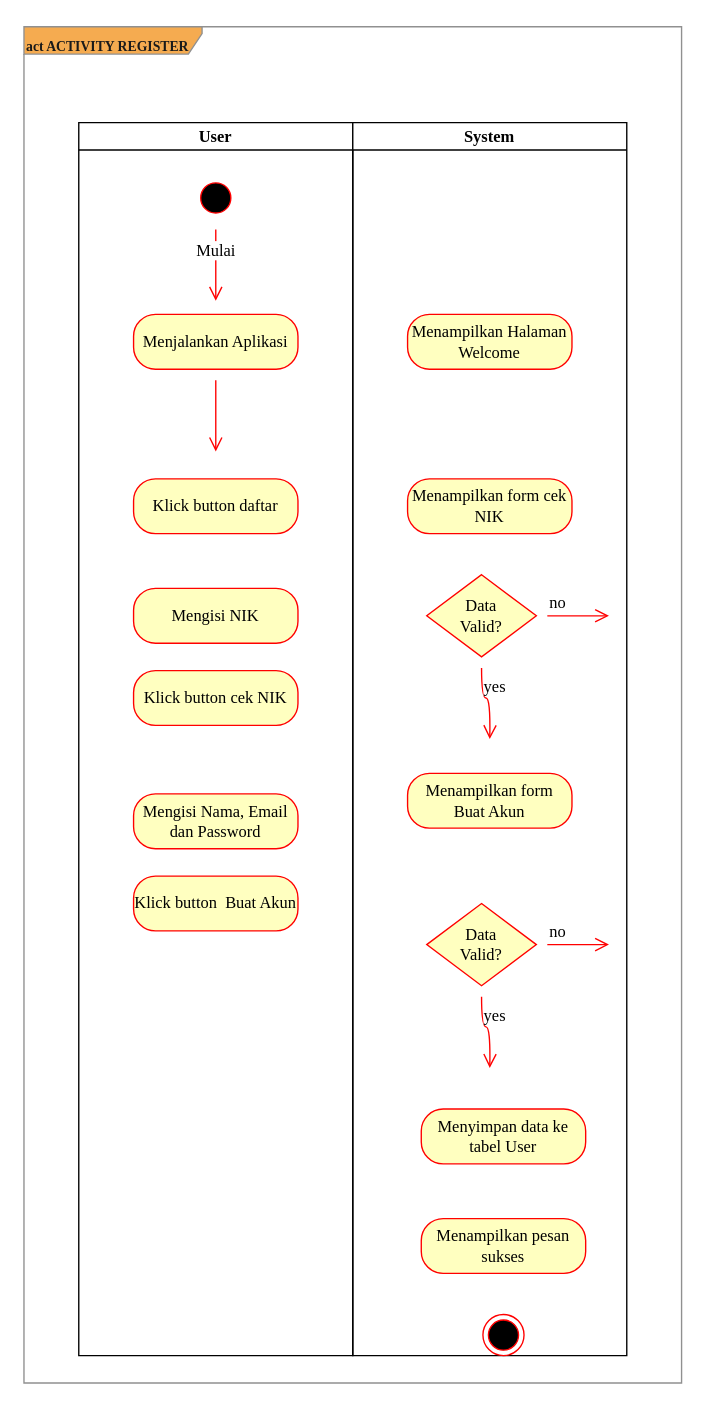
This is page "act-register" (1 of 2) of saga-activity-diagram-register.drawio from AkbarMarunduri/Saga-Diagram, a draw.io file, before an edit. Source tidied: cells renumbered, new cells numbered last; positions are measured from the earlier drawing's top-left corner, leaving out a move shared by most shapes. Both pictures are drawn from the tidied source at 137%, with x=0, y=0 at pixel (23, 26).
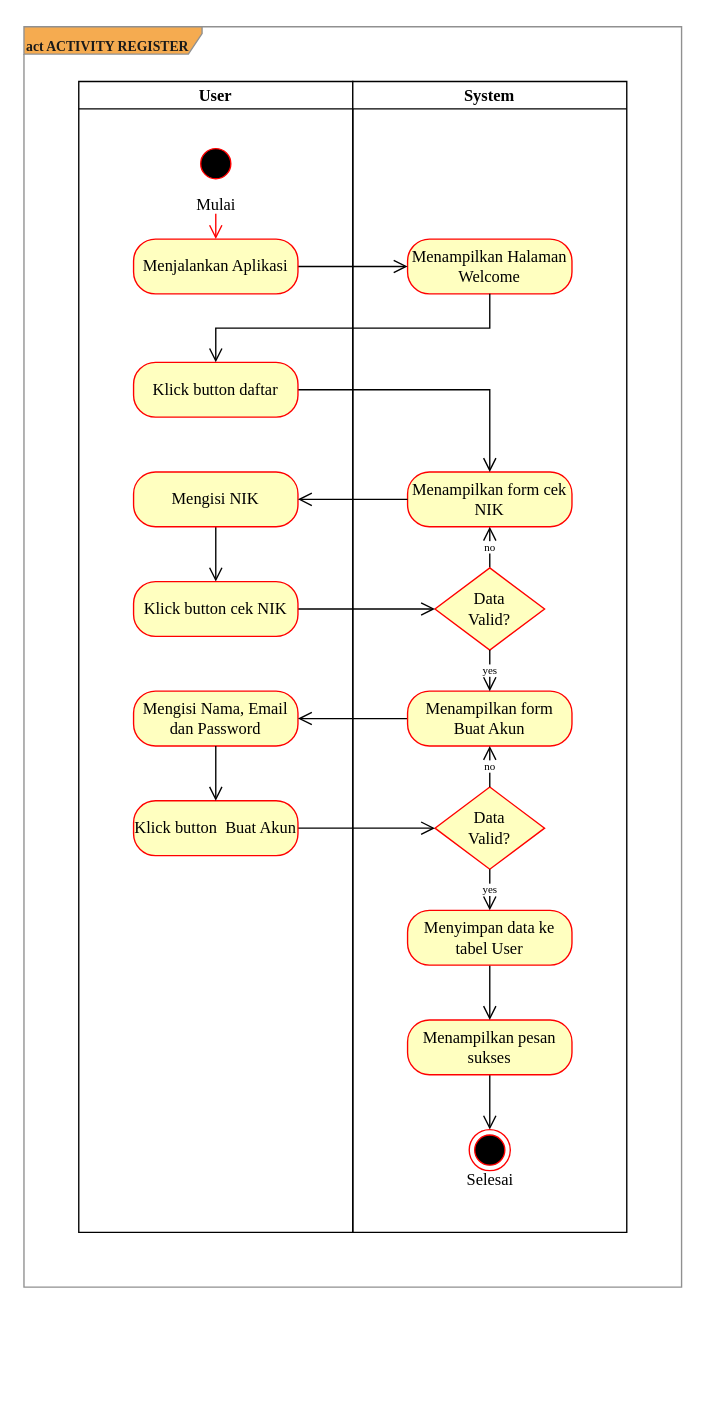
The same diagram, later.

The edit, as a diff of the source:
```diff
@@
     <mxCell id="2" value="&lt;font size=&quot;1&quot;&gt;&lt;b&gt;act ACTIVITY REGISTER&lt;/b&gt;&lt;/font&gt;" style="shape=umlFrame;whiteSpace=wrap;html=1;hachureGap=4;fontFamily=Times New Roman;fontSize=20;width=130;height=20;fillColor=#F5AB50;strokeColor=#909090;fontColor=#1A1A1A;align=left;" parent="1" vertex="1">
-      <mxGeometry width="480" height="990" as="geometry" />
+      <mxGeometry width="480" height="920" as="geometry" />
     </mxCell>
     <mxCell id="3" value="User" style="swimlane;startSize=20;hachureGap=4;fontFamily=Times New Roman;fontSize=12;align=center;" parent="1" vertex="1">
-      <mxGeometry x="40" y="70" width="200" height="900" as="geometry" />
+      <mxGeometry x="40" y="40" width="200" height="840" as="geometry" />
     </mxCell>
     <mxCell id="4" style="ellipse;html=1;shape=startState;fillColor=#000000;strokeColor=#ff0000;hachureGap=4;fontFamily=Times New Roman;fontSize=12;align=center;" parent="3" vertex="1">
-      <mxGeometry x="85" y="40" width="30" height="30" as="geometry" />
+      <mxGeometry x="85" y="45" width="30" height="30" as="geometry" />
     </mxCell>
-    <mxCell id="5" value="Mulai" style="edgeStyle=orthogonalEdgeStyle;html=1;verticalAlign=bottom;endArrow=open;endSize=8;strokeColor=#ff0000;rounded=0;hachureGap=4;fontFamily=Times New Roman;fontSize=12;sourcePerimeterSpacing=8;targetPerimeterSpacing=8;curved=1;" parent="3" edge="1" source="4">
-      <mxGeometry relative="1" as="geometry">
-        <mxPoint x="100" y="130" as="targetPoint" />
-      </mxGeometry>
-    </mxCell>
+    <mxCell id="18" value="Mengisi Nama, Email dan Password" style="rounded=1;whiteSpace=wrap;html=1;arcSize=40;fontColor=#000000;fillColor=#ffffc0;strokeColor=#ff0000;hachureGap=4;fontFamily=Times New Roman;fontSize=12;align=center;" parent="3" vertex="1">
+      <mxGeometry x="40" y="445" width="120" height="40" as="geometry" />
+    </mxCell>
     <mxCell id="6" value="System" style="swimlane;startSize=20;hachureGap=4;fontFamily=Times New Roman;fontSize=12;align=center;" parent="1" vertex="1">
-      <mxGeometry x="240" y="70" width="200" height="900" as="geometry" />
+      <mxGeometry x="240" y="40" width="200" height="840" as="geometry" />
     </mxCell>
     <mxCell id="7" value="Menampilkan Halaman Welcome" style="rounded=1;whiteSpace=wrap;html=1;arcSize=40;fontColor=#000000;fillColor=#ffffc0;strokeColor=#ff0000;hachureGap=4;fontFamily=Times New Roman;fontSize=12;align=center;" parent="6" vertex="1">
-      <mxGeometry x="40" y="140" width="120" height="40" as="geometry" />
+      <mxGeometry x="40" y="115" width="120" height="40" as="geometry" />
     </mxCell>
-    <mxCell id="8" value="Menjalankan Aplikasi" style="rounded=1;whiteSpace=wrap;html=1;arcSize=40;fontColor=#000000;fillColor=#ffffc0;strokeColor=#ff0000;hachureGap=4;fontFamily=Times New Roman;fontSize=12;align=center;" parent="1" vertex="1">
-      <mxGeometry x="80" y="210" width="120" height="40" as="geometry" />
-    </mxCell>
-    <mxCell id="9" style="edgeStyle=orthogonalEdgeStyle;html=1;verticalAlign=bottom;endArrow=open;endSize=8;strokeColor=#ff0000;rounded=0;hachureGap=4;fontFamily=Times New Roman;fontSize=12;sourcePerimeterSpacing=8;targetPerimeterSpacing=8;curved=1;" parent="1" edge="1" source="8">
-      <mxGeometry relative="1" as="geometry">
-        <mxPoint x="140" y="310" as="targetPoint" />
-      </mxGeometry>
-    </mxCell>
-    <mxCell id="10" value="Klick button daftar" style="rounded=1;whiteSpace=wrap;html=1;arcSize=40;fontColor=#000000;fillColor=#ffffc0;strokeColor=#ff0000;hachureGap=4;fontFamily=Times New Roman;fontSize=12;align=center;" parent="1" vertex="1">
-      <mxGeometry x="80" y="330" width="120" height="40" as="geometry" />
-    </mxCell>
-    <mxCell id="11" value="Menampilkan form cek NIK" style="rounded=1;whiteSpace=wrap;html=1;arcSize=40;fontColor=#000000;fillColor=#ffffc0;strokeColor=#ff0000;hachureGap=4;fontFamily=Times New Roman;fontSize=12;align=center;" parent="1" vertex="1">
-      <mxGeometry x="280" y="330" width="120" height="40" as="geometry" />
+    <mxCell id="11" value="Menampilkan form cek NIK" style="rounded=1;whiteSpace=wrap;html=1;arcSize=40;fontColor=#000000;fillColor=#ffffc0;strokeColor=#ff0000;hachureGap=4;fontFamily=Times New Roman;fontSize=12;align=center;" parent="6" vertex="1">
+      <mxGeometry x="40" y="285" width="120" height="40" as="geometry" />
     </mxCell>
-    <mxCell id="12" value="Mengisi NIK" style="rounded=1;whiteSpace=wrap;html=1;arcSize=40;fontColor=#000000;fillColor=#ffffc0;strokeColor=#ff0000;hachureGap=4;fontFamily=Times New Roman;fontSize=12;align=center;" parent="1" vertex="1">
-      <mxGeometry x="80" y="410" width="120" height="40" as="geometry" />
-    </mxCell>
-    <mxCell id="13" value="Klick button&amp;nbsp;cek NIK" style="rounded=1;whiteSpace=wrap;html=1;arcSize=40;fontColor=#000000;fillColor=#ffffc0;strokeColor=#ff0000;hachureGap=4;fontFamily=Times New Roman;fontSize=12;align=center;" parent="1" vertex="1">
-      <mxGeometry x="80" y="470" width="120" height="40" as="geometry" />
-    </mxCell>
+    <mxCell id="26" value="no" style="edgeStyle=orthogonalEdgeStyle;rounded=0;hachureGap=4;jettySize=auto;html=1;exitX=0.5;exitY=0;exitDx=0;exitDy=0;entryX=0.5;entryY=1;entryDx=0;entryDy=0;fontFamily=Times New Roman;fontSize=8;endArrow=open;startSize=14;endSize=8;sourcePerimeterSpacing=8;targetPerimeterSpacing=8;" parent="6" edge="1" source="14" target="11">
+      <mxGeometry relative="1" as="geometry" />
+    </mxCell>
-    <mxCell id="14" value="Data &lt;br&gt;Valid?" style="rhombus;whiteSpace=wrap;html=1;fillColor=#ffffc0;strokeColor=#ff0000;hachureGap=4;fontFamily=Times New Roman;fontSize=12;align=center;" parent="1" vertex="1">
-      <mxGeometry x="294" y="400" width="80" height="60" as="geometry" />
+    <mxCell id="14" value="Data &lt;br&gt;Valid?" style="rhombus;whiteSpace=wrap;html=1;fillColor=#ffffc0;strokeColor=#ff0000;hachureGap=4;fontFamily=Times New Roman;fontSize=12;align=center;" parent="6" vertex="1">
+      <mxGeometry x="60" y="355" width="80" height="60" as="geometry" />
     </mxCell>
-    <mxCell id="15" value="no" style="edgeStyle=orthogonalEdgeStyle;html=1;align=left;verticalAlign=bottom;endArrow=open;endSize=8;strokeColor=#ff0000;rounded=0;hachureGap=4;fontFamily=Times New Roman;fontSize=12;sourcePerimeterSpacing=8;targetPerimeterSpacing=8;curved=1;" parent="1" edge="1" source="14">
-      <mxGeometry x="-1" relative="1" as="geometry">
-        <mxPoint x="427" y="430" as="targetPoint" />
-      </mxGeometry>
-    </mxCell>
-    <mxCell id="16" value="yes" style="edgeStyle=orthogonalEdgeStyle;html=1;align=left;verticalAlign=top;endArrow=open;endSize=8;strokeColor=#ff0000;rounded=0;hachureGap=4;fontFamily=Times New Roman;fontSize=12;sourcePerimeterSpacing=8;targetPerimeterSpacing=8;curved=1;" parent="1" edge="1" source="14">
-      <mxGeometry x="-1" relative="1" as="geometry">
-        <mxPoint x="340" y="520" as="targetPoint" />
-      </mxGeometry>
-    </mxCell>
-    <mxCell id="17" value="Menampilkan form Buat Akun" style="rounded=1;whiteSpace=wrap;html=1;arcSize=40;fontColor=#000000;fillColor=#ffffc0;strokeColor=#ff0000;hachureGap=4;fontFamily=Times New Roman;fontSize=12;align=center;" parent="1" vertex="1">
-      <mxGeometry x="280" y="545" width="120" height="40" as="geometry" />
-    </mxCell>
-    <mxCell id="18" value="Mengisi Nama, Email dan Password" style="rounded=1;whiteSpace=wrap;html=1;arcSize=40;fontColor=#000000;fillColor=#ffffc0;strokeColor=#ff0000;hachureGap=4;fontFamily=Times New Roman;fontSize=12;align=center;" parent="1" vertex="1">
-      <mxGeometry x="80" y="560" width="120" height="40" as="geometry" />
-    </mxCell>
-    <mxCell id="19" value="Klick button&amp;nbsp; Buat Akun" style="rounded=1;whiteSpace=wrap;html=1;arcSize=40;fontColor=#000000;fillColor=#ffffc0;strokeColor=#ff0000;hachureGap=4;fontFamily=Times New Roman;fontSize=12;align=center;" parent="1" vertex="1">
-      <mxGeometry x="80" y="620" width="120" height="40" as="geometry" />
-    </mxCell>
-    <mxCell id="20" value="Data &lt;br&gt;Valid?" style="rhombus;whiteSpace=wrap;html=1;fillColor=#ffffc0;strokeColor=#ff0000;hachureGap=4;fontFamily=Times New Roman;fontSize=12;align=center;" parent="1" vertex="1">
-      <mxGeometry x="294" y="640" width="80" height="60" as="geometry" />
+    <mxCell id="20" value="Data &lt;br&gt;Valid?" style="rhombus;whiteSpace=wrap;html=1;fillColor=#ffffc0;strokeColor=#ff0000;hachureGap=4;fontFamily=Times New Roman;fontSize=12;align=center;" parent="6" vertex="1">
+      <mxGeometry x="60" y="515" width="80" height="60" as="geometry" />
     </mxCell>
-    <mxCell id="21" value="no" style="edgeStyle=orthogonalEdgeStyle;html=1;align=left;verticalAlign=bottom;endArrow=open;endSize=8;strokeColor=#ff0000;rounded=0;hachureGap=4;fontFamily=Times New Roman;fontSize=12;sourcePerimeterSpacing=8;targetPerimeterSpacing=8;curved=1;" parent="1" edge="1" source="20">
-      <mxGeometry x="-1" relative="1" as="geometry">
-        <mxPoint x="427" y="670" as="targetPoint" />
-      </mxGeometry>
-    </mxCell>
-    <mxCell id="22" value="yes" style="edgeStyle=orthogonalEdgeStyle;html=1;align=left;verticalAlign=top;endArrow=open;endSize=8;strokeColor=#ff0000;rounded=0;hachureGap=4;fontFamily=Times New Roman;fontSize=12;sourcePerimeterSpacing=8;targetPerimeterSpacing=8;curved=1;" parent="1" edge="1" source="20">
-      <mxGeometry x="-1" relative="1" as="geometry">
-        <mxPoint x="340" y="760" as="targetPoint" />
-      </mxGeometry>
-    </mxCell>
-    <mxCell id="23" value="Menyimpan data ke tabel User" style="rounded=1;whiteSpace=wrap;html=1;arcSize=40;fontColor=#000000;fillColor=#ffffc0;strokeColor=#ff0000;hachureGap=4;fontFamily=Times New Roman;fontSize=12;align=center;" parent="1" vertex="1">
-      <mxGeometry x="290" y="790" width="120" height="40" as="geometry" />
-    </mxCell>
+    <mxCell id="27" style="edgeStyle=orthogonalEdgeStyle;rounded=0;hachureGap=4;jettySize=auto;html=1;exitX=0.5;exitY=1;exitDx=0;exitDy=0;entryX=0.5;entryY=0;entryDx=0;entryDy=0;fontFamily=Times New Roman;fontSize=8;endArrow=open;startSize=14;endSize=8;sourcePerimeterSpacing=8;targetPerimeterSpacing=8;" parent="6" edge="1" source="24" target="25">
+      <mxGeometry relative="1" as="geometry" />
+    </mxCell>
-    <mxCell id="24" value="Menampilkan pesan sukses" style="rounded=1;whiteSpace=wrap;html=1;arcSize=40;fontColor=#000000;fillColor=#ffffc0;strokeColor=#ff0000;hachureGap=4;fontFamily=Times New Roman;fontSize=12;align=center;" parent="1" vertex="1">
-      <mxGeometry x="290" y="870" width="120" height="40" as="geometry" />
+    <mxCell id="24" value="Menampilkan pesan sukses" style="rounded=1;whiteSpace=wrap;html=1;arcSize=40;fontColor=#000000;fillColor=#ffffc0;strokeColor=#ff0000;hachureGap=4;fontFamily=Times New Roman;fontSize=12;align=center;" parent="6" vertex="1">
+      <mxGeometry x="40" y="685" width="120" height="40" as="geometry" />
     </mxCell>
-    <mxCell id="25" style="ellipse;html=1;shape=endState;fillColor=#000000;strokeColor=#ff0000;hachureGap=4;fontFamily=Times New Roman;fontSize=12;align=center;" parent="1" vertex="1">
-      <mxGeometry x="335" y="940" width="30" height="30" as="geometry" />
+    <mxCell id="25" value="&lt;br&gt;&lt;br&gt;&lt;br&gt;Selesai" style="ellipse;html=1;shape=endState;fillColor=#000000;strokeColor=#ff0000;hachureGap=4;fontFamily=Times New Roman;fontSize=12;align=center;" parent="6" vertex="1">
+      <mxGeometry x="85" y="765" width="30" height="30" as="geometry" />
     </mxCell>
+    <mxCell id="28" style="edgeStyle=none;curved=1;rounded=0;hachureGap=4;jettySize=auto;html=1;exitX=1;exitY=0.5;exitDx=0;exitDy=0;entryX=0;entryY=0.5;entryDx=0;entryDy=0;fontFamily=Times New Roman;fontSize=8;endArrow=open;startSize=14;endSize=8;sourcePerimeterSpacing=8;targetPerimeterSpacing=8;" parent="1" edge="1" source="8" target="7">
+      <mxGeometry relative="1" as="geometry" />
+    </mxCell>
+    <mxCell id="8" value="Menjalankan Aplikasi" style="rounded=1;whiteSpace=wrap;html=1;arcSize=40;fontColor=#000000;fillColor=#ffffc0;strokeColor=#ff0000;hachureGap=4;fontFamily=Times New Roman;fontSize=12;align=center;" parent="1" vertex="1">
+      <mxGeometry x="80" y="155" width="120" height="40" as="geometry" />
+    </mxCell>
+    <mxCell id="29" style="edgeStyle=orthogonalEdgeStyle;rounded=0;hachureGap=4;jettySize=auto;html=1;exitX=1;exitY=0.5;exitDx=0;exitDy=0;entryX=0.5;entryY=0;entryDx=0;entryDy=0;fontFamily=Times New Roman;fontSize=8;endArrow=open;startSize=14;endSize=8;sourcePerimeterSpacing=8;targetPerimeterSpacing=8;" parent="1" edge="1" source="10" target="11">
+      <mxGeometry relative="1" as="geometry" />
+    </mxCell>
+    <mxCell id="10" value="Klick button daftar" style="rounded=1;whiteSpace=wrap;html=1;arcSize=40;fontColor=#000000;fillColor=#ffffc0;strokeColor=#ff0000;hachureGap=4;fontFamily=Times New Roman;fontSize=12;align=center;" parent="1" vertex="1">
+      <mxGeometry x="80" y="245" width="120" height="40" as="geometry" />
+    </mxCell>
+    <mxCell id="30" style="edgeStyle=orthogonalEdgeStyle;rounded=0;hachureGap=4;jettySize=auto;html=1;exitX=0.5;exitY=1;exitDx=0;exitDy=0;entryX=0.5;entryY=0;entryDx=0;entryDy=0;fontFamily=Times New Roman;fontSize=8;endArrow=open;startSize=14;endSize=8;sourcePerimeterSpacing=8;targetPerimeterSpacing=8;" parent="1" edge="1" source="12" target="13">
+      <mxGeometry relative="1" as="geometry" />
+    </mxCell>
+    <mxCell id="12" value="Mengisi NIK" style="rounded=1;whiteSpace=wrap;html=1;arcSize=40;fontColor=#000000;fillColor=#ffffc0;strokeColor=#ff0000;hachureGap=4;fontFamily=Times New Roman;fontSize=12;align=center;" parent="1" vertex="1">
+      <mxGeometry x="80" y="325" width="120" height="40" as="geometry" />
+    </mxCell>
+    <mxCell id="31" style="edgeStyle=orthogonalEdgeStyle;rounded=0;hachureGap=4;jettySize=auto;html=1;exitX=1;exitY=0.5;exitDx=0;exitDy=0;entryX=0;entryY=0.5;entryDx=0;entryDy=0;fontFamily=Times New Roman;fontSize=8;endArrow=open;startSize=14;endSize=8;sourcePerimeterSpacing=8;targetPerimeterSpacing=8;" parent="1" edge="1" source="13" target="14">
+      <mxGeometry relative="1" as="geometry" />
+    </mxCell>
+    <mxCell id="13" value="Klick button&amp;nbsp;cek NIK" style="rounded=1;whiteSpace=wrap;html=1;arcSize=40;fontColor=#000000;fillColor=#ffffc0;strokeColor=#ff0000;hachureGap=4;fontFamily=Times New Roman;fontSize=12;align=center;" parent="1" vertex="1">
+      <mxGeometry x="80" y="405" width="120" height="40" as="geometry" />
+    </mxCell>
+    <mxCell id="32" style="edgeStyle=orthogonalEdgeStyle;rounded=0;hachureGap=4;jettySize=auto;html=1;exitX=0;exitY=0.5;exitDx=0;exitDy=0;entryX=1;entryY=0.5;entryDx=0;entryDy=0;fontFamily=Times New Roman;fontSize=8;endArrow=open;startSize=14;endSize=8;sourcePerimeterSpacing=8;targetPerimeterSpacing=8;" parent="1" edge="1" source="17" target="18">
+      <mxGeometry relative="1" as="geometry" />
+    </mxCell>
+    <mxCell id="17" value="Menampilkan form Buat Akun" style="rounded=1;whiteSpace=wrap;html=1;arcSize=40;fontColor=#000000;fillColor=#ffffc0;strokeColor=#ff0000;hachureGap=4;fontFamily=Times New Roman;fontSize=12;align=center;" parent="1" vertex="1">
+      <mxGeometry x="280" y="485" width="120" height="40" as="geometry" />
+    </mxCell>
+    <mxCell id="33" style="edgeStyle=orthogonalEdgeStyle;rounded=0;hachureGap=4;jettySize=auto;html=1;exitX=1;exitY=0.5;exitDx=0;exitDy=0;entryX=0;entryY=0.5;entryDx=0;entryDy=0;fontFamily=Times New Roman;fontSize=8;endArrow=open;startSize=14;endSize=8;sourcePerimeterSpacing=8;targetPerimeterSpacing=8;" parent="1" edge="1" source="19" target="20">
+      <mxGeometry relative="1" as="geometry" />
+    </mxCell>
+    <mxCell id="19" value="Klick button&amp;nbsp; Buat Akun" style="rounded=1;whiteSpace=wrap;html=1;arcSize=40;fontColor=#000000;fillColor=#ffffc0;strokeColor=#ff0000;hachureGap=4;fontFamily=Times New Roman;fontSize=12;align=center;" parent="1" vertex="1">
+      <mxGeometry x="80" y="565" width="120" height="40" as="geometry" />
+    </mxCell>
+    <mxCell id="34" style="edgeStyle=orthogonalEdgeStyle;rounded=0;hachureGap=4;jettySize=auto;html=1;exitX=0.5;exitY=1;exitDx=0;exitDy=0;entryX=0.5;entryY=0;entryDx=0;entryDy=0;fontFamily=Times New Roman;fontSize=8;endArrow=open;startSize=14;endSize=8;sourcePerimeterSpacing=8;targetPerimeterSpacing=8;" parent="1" edge="1" source="23" target="24">
+      <mxGeometry relative="1" as="geometry" />
+    </mxCell>
+    <mxCell id="23" value="Menyimpan data ke tabel User" style="rounded=1;whiteSpace=wrap;html=1;arcSize=40;fontColor=#000000;fillColor=#ffffc0;strokeColor=#ff0000;hachureGap=4;fontFamily=Times New Roman;fontSize=12;align=center;" parent="1" vertex="1">
+      <mxGeometry x="280" y="645" width="120" height="40" as="geometry" />
+    </mxCell>
+    <mxCell id="5" value="Mulai" style="edgeStyle=orthogonalEdgeStyle;html=1;verticalAlign=bottom;endArrow=open;endSize=8;strokeColor=#ff0000;rounded=0;hachureGap=4;fontFamily=Times New Roman;fontSize=12;sourcePerimeterSpacing=8;targetPerimeterSpacing=8;curved=1;entryX=0.5;entryY=0;entryDx=0;entryDy=0;" parent="1" edge="1" source="4" target="8">
+      <mxGeometry relative="1" as="geometry" />
+    </mxCell>
+    <mxCell id="35" style="edgeStyle=orthogonalEdgeStyle;rounded=0;hachureGap=4;jettySize=auto;html=1;exitX=0.5;exitY=1;exitDx=0;exitDy=0;entryX=0.5;entryY=0;entryDx=0;entryDy=0;fontFamily=Times New Roman;fontSize=8;endArrow=open;startSize=14;endSize=8;sourcePerimeterSpacing=8;targetPerimeterSpacing=8;" parent="1" edge="1" source="7" target="10">
+      <mxGeometry relative="1" as="geometry" />
+    </mxCell>
+    <mxCell id="36" style="edgeStyle=orthogonalEdgeStyle;rounded=0;hachureGap=4;jettySize=auto;html=1;exitX=0;exitY=0.5;exitDx=0;exitDy=0;entryX=1;entryY=0.5;entryDx=0;entryDy=0;fontFamily=Times New Roman;fontSize=8;endArrow=open;startSize=14;endSize=8;sourcePerimeterSpacing=8;targetPerimeterSpacing=8;" parent="1" edge="1" source="11" target="12">
+      <mxGeometry relative="1" as="geometry" />
+    </mxCell>
+    <mxCell id="37" value="yes" style="edgeStyle=orthogonalEdgeStyle;rounded=0;hachureGap=4;jettySize=auto;html=1;exitX=0.5;exitY=1;exitDx=0;exitDy=0;entryX=0.5;entryY=0;entryDx=0;entryDy=0;fontFamily=Times New Roman;fontSize=8;endArrow=open;startSize=14;endSize=8;sourcePerimeterSpacing=8;targetPerimeterSpacing=8;" parent="1" edge="1" source="14" target="17">
+      <mxGeometry relative="1" as="geometry" />
+    </mxCell>
+    <mxCell id="38" style="edgeStyle=orthogonalEdgeStyle;rounded=0;hachureGap=4;jettySize=auto;html=1;exitX=0.5;exitY=1;exitDx=0;exitDy=0;entryX=0.5;entryY=0;entryDx=0;entryDy=0;fontFamily=Times New Roman;fontSize=8;endArrow=open;startSize=14;endSize=8;sourcePerimeterSpacing=8;targetPerimeterSpacing=8;" parent="1" edge="1" source="18" target="19">
+      <mxGeometry relative="1" as="geometry" />
+    </mxCell>
+    <mxCell id="39" value="no" style="edgeStyle=orthogonalEdgeStyle;rounded=0;hachureGap=4;jettySize=auto;html=1;exitX=0.5;exitY=0;exitDx=0;exitDy=0;entryX=0.5;entryY=1;entryDx=0;entryDy=0;fontFamily=Times New Roman;fontSize=8;endArrow=open;startSize=14;endSize=8;sourcePerimeterSpacing=8;targetPerimeterSpacing=8;" parent="1" edge="1" source="20" target="17">
+      <mxGeometry relative="1" as="geometry" />
+    </mxCell>
+    <mxCell id="40" value="yes" style="edgeStyle=orthogonalEdgeStyle;rounded=0;hachureGap=4;jettySize=auto;html=1;exitX=0.5;exitY=1;exitDx=0;exitDy=0;entryX=0.5;entryY=0;entryDx=0;entryDy=0;fontFamily=Times New Roman;fontSize=8;endArrow=open;startSize=14;endSize=8;sourcePerimeterSpacing=8;targetPerimeterSpacing=8;" parent="1" edge="1" source="20" target="23">
+      <mxGeometry relative="1" as="geometry" />
+    </mxCell>
```
